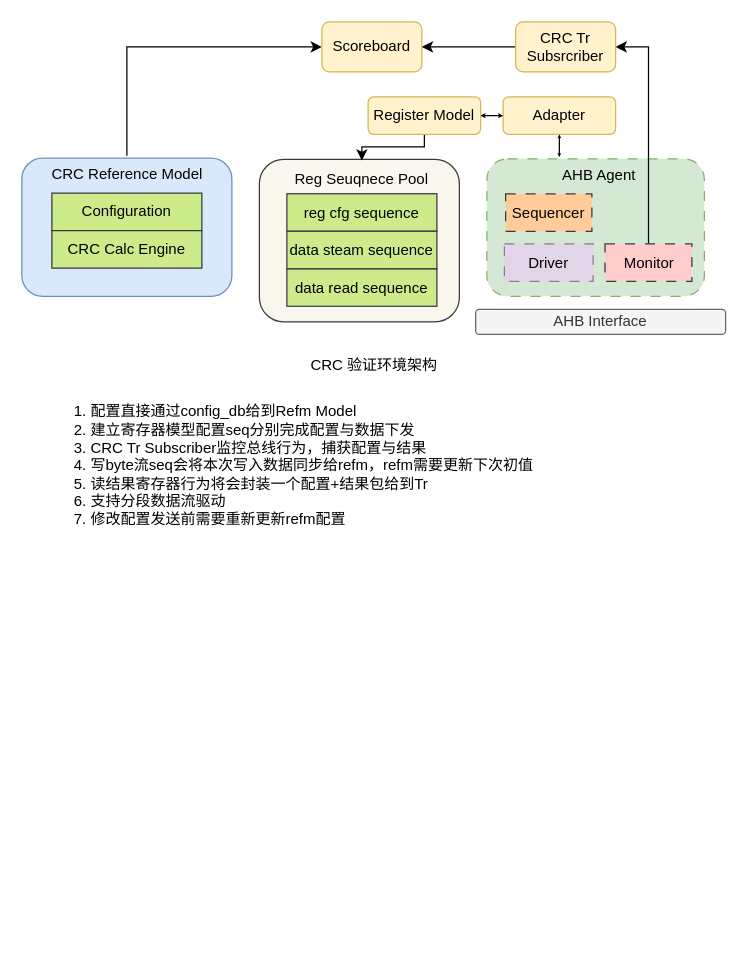
Earlier version of the draw.io diagram page "CRC标准环境" (3 of 4) of drawio/crc.drawio (iceyxy/flow-chart-drawio). Source tidied: cells renumbered, new cells numbered last; positions are measured from the earlier drawing's top-left corner, leaving out a move shared by most shapes. Both pictures are drawn from the tidied source at 125%, with x=0, y=0 at pixel (21, 21).
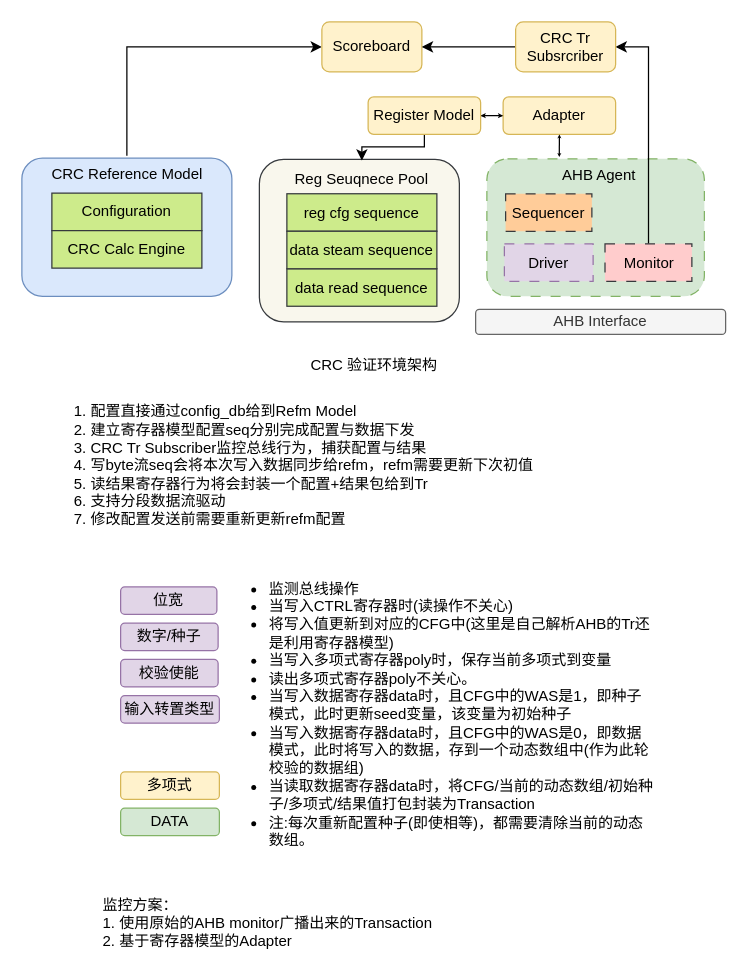
The same page after the edit.

Diff of the diagram source:
```diff
@@
+    <mxCell id="29" value="位宽" style="rounded=1;whiteSpace=wrap;html=1;fillColor=#e1d5e7;strokeColor=#9673a6;" parent="1" vertex="1">
+      <mxGeometry x="79" y="452" width="77" height="22" as="geometry" />
+    </mxCell>
+    <mxCell id="30" value="数字/种子" style="rounded=1;whiteSpace=wrap;html=1;fillColor=#e1d5e7;strokeColor=#9673a6;" parent="1" vertex="1">
+      <mxGeometry x="79" y="481" width="78" height="22" as="geometry" />
+    </mxCell>
+    <mxCell id="31" value="校验使能" style="rounded=1;whiteSpace=wrap;html=1;fillColor=#e1d5e7;strokeColor=#9673a6;" parent="1" vertex="1">
+      <mxGeometry x="79" y="510" width="78" height="22" as="geometry" />
+    </mxCell>
+    <mxCell id="32" value="输入转置类型" style="rounded=1;whiteSpace=wrap;html=1;fillColor=#e1d5e7;strokeColor=#9673a6;" parent="1" vertex="1">
+      <mxGeometry x="79" y="539" width="79" height="22" as="geometry" />
+    </mxCell>
+    <mxCell id="33" value="多项式" style="rounded=1;whiteSpace=wrap;html=1;fillColor=#fff2cc;strokeColor=#d6b656;" parent="1" vertex="1">
+      <mxGeometry x="79" y="600" width="79" height="22" as="geometry" />
+    </mxCell>
+    <mxCell id="34" value="DATA" style="rounded=1;whiteSpace=wrap;html=1;fillColor=#d5e8d4;strokeColor=#82b366;" parent="1" vertex="1">
+      <mxGeometry x="79" y="629" width="79" height="22" as="geometry" />
+    </mxCell>
+    <mxCell id="35" value="&lt;ul&gt;&lt;li&gt;监测总线操作&lt;/li&gt;&lt;li&gt;当写入CTRL寄存器时(读操作不关心)&lt;/li&gt;&lt;li&gt;将写入值更新到对应的CFG中(这里是自己解析AHB的Tr还是利用寄存器模型)&lt;/li&gt;&lt;li&gt;当写入多项式寄存器poly时，保存当前多项式到变量&lt;/li&gt;&lt;li&gt;读出多项式寄存器poly不关心。&lt;/li&gt;&lt;li&gt;当写入数据寄存器data时，且CFG中的WAS是1，即种子模式，此时更新seed变量，该变量为初始种子&lt;/li&gt;&lt;li&gt;当写入数据寄存器data时，且CFG中的WAS是0，即数据模式，此时将写入的数据，存到一个动态数组中(作为此轮校验的数据组)&lt;/li&gt;&lt;li&gt;当读取数据寄存器data时，将CFG/当前的动态数组/初始种子/多项式/结果值打包封装为Transaction&lt;/li&gt;&lt;li&gt;注:每次重新配置种子(即使相等)，都需要清除当前的动态数组。&lt;/li&gt;&lt;/ul&gt;" style="text;html=1;whiteSpace=wrap;strokeColor=none;fillColor=none;align=left;verticalAlign=middle;rounded=0;" parent="1" vertex="1">
+      <mxGeometry x="156" y="539" width="352" height="30" as="geometry" />
+    </mxCell>
+    <mxCell id="36" value="监控方案：&lt;div&gt;1. 使用原始的AHB monitor广播出来的Transaction&lt;/div&gt;&lt;div&gt;2. 基于寄存器模型的Adapter&lt;/div&gt;" style="text;html=1;whiteSpace=wrap;strokeColor=none;fillColor=none;align=left;verticalAlign=middle;rounded=0;" parent="1" vertex="1">
+      <mxGeometry x="63" y="706" width="293" height="30" as="geometry" />
+    </mxCell>
```
